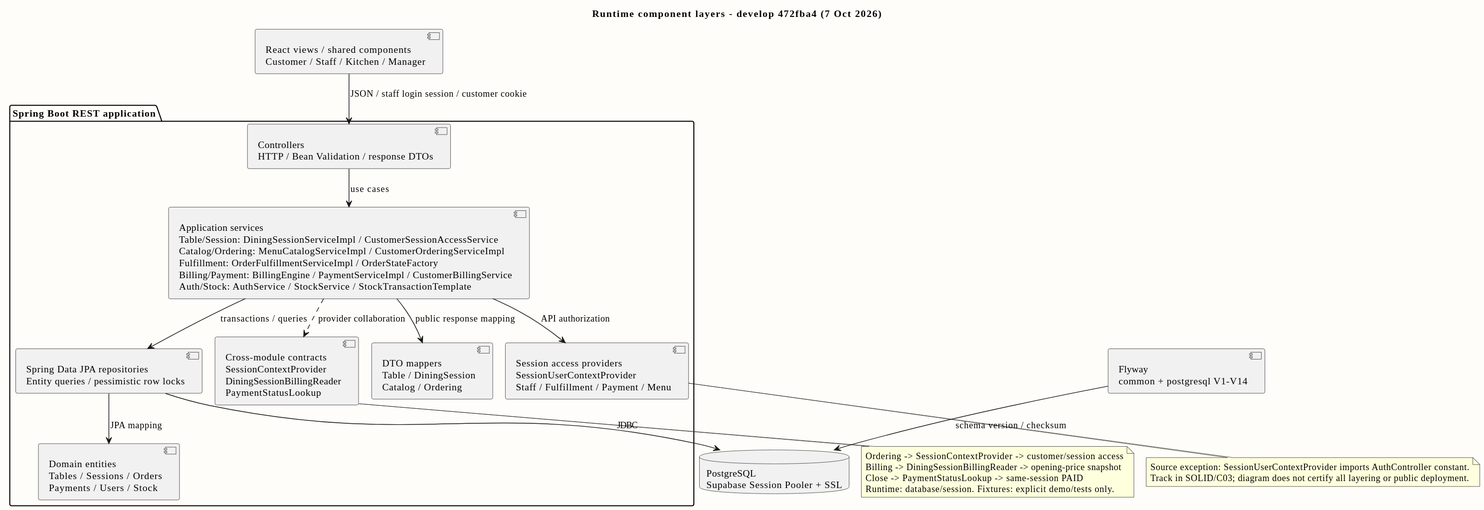
This is doc/diagrams/previews/component.svg from PavaritPramual/buffet-restaurant-management-system, a PlantUML export, as it was before one commit. Source of this version:
```plantuml
@startuml
!pragma layout smetana
skinparam shadowing false
skinparam backgroundColor #FFFDF9
skinparam defaultFontName Tahoma
title Runtime component layers - develop 472fba4 (7 Oct 2026)
top to bottom direction
component "React views / shared components\nCustomer / Staff / Kitchen / Manager" as Web
package "Spring Boot REST application" {
 component "Controllers\nHTTP / Bean Validation / response DTOs" as C
 component "Application services\nTable/Session: DiningSessionServiceImpl / CustomerSessionAccessService\nCatalog/Ordering: MenuCatalogServiceImpl / CustomerOrderingServiceImpl\nFulfillment: OrderFulfillmentServiceImpl / OrderStateFactory\nBilling/Payment: BillingEngine / PaymentServiceImpl / CustomerBillingService\nAuth/Stock: AuthService / StockService / StockTransactionTemplate" as S
 component "Cross-module contracts\nSessionContextProvider\nDiningSessionBillingReader\nPaymentStatusLookup" as Contracts
 component "Session access providers\nSessionUserContextProvider\nStaff / Fulfillment / Payment / Menu" as Auth
 component "DTO mappers\nTable / DiningSession\nCatalog / Ordering" as M
 component "Spring Data JPA repositories\nEntity queries / pessimistic row locks" as Repo
 component "Domain entities\nTables / Sessions / Orders\nPayments / Users / Stock" as E
}
database "PostgreSQL\nSupabase Session Pooler + SSL" as DB
component "Flyway\ncommon + postgresql V1-V14" as Fly
Web --> C : JSON / staff login session / customer cookie
C --> S : use cases
S --> Repo : transactions / queries
Repo --> DB : JDBC
Repo --> E : JPA mapping
S ..> Contracts : provider collaboration
S --> Auth : API authorization
S --> M : public response mapping
Fly --> DB : schema version / checksum
note bottom of Contracts
 Ordering -> SessionContextProvider -> customer/session access
 Billing -> DiningSessionBillingReader -> opening-price snapshot
 Close -> PaymentStatusLookup -> same-session PAID
 Runtime: database/session. Fixtures: explicit demo/tests only.
end note
note bottom of Auth
 Source exception: SessionUserContextProvider imports AuthController constant.
 Track in SOLID/C03; diagram does not certify all layering or public deployment.
end note
@enduml
```
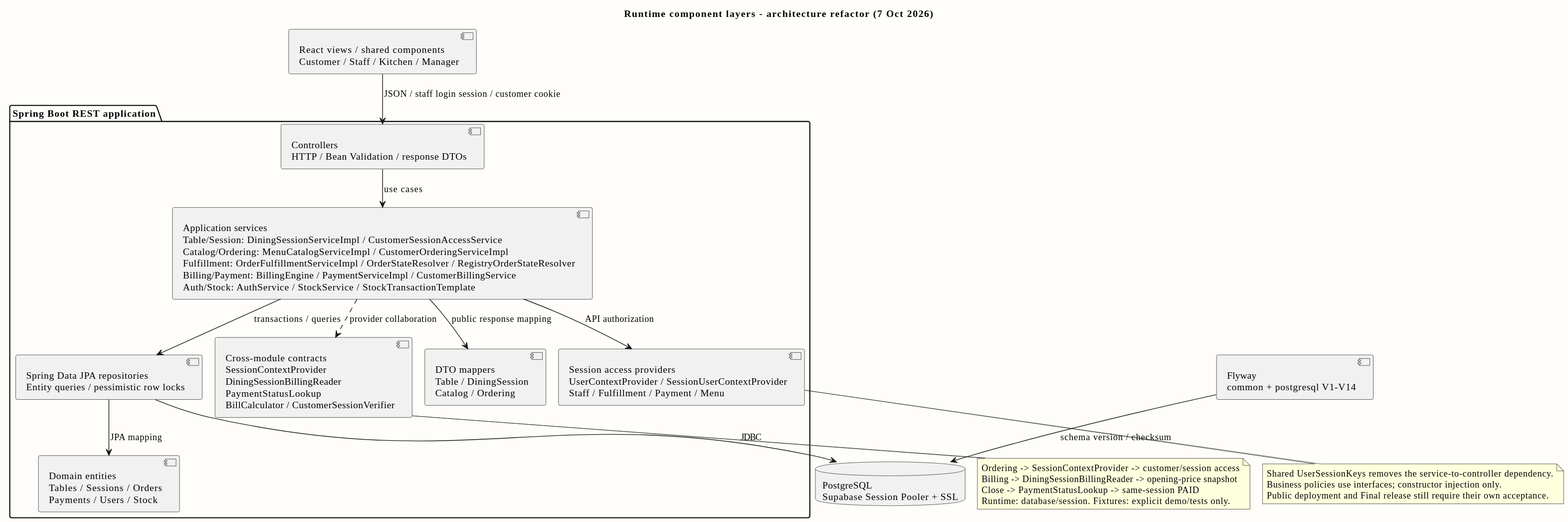
After the change.

Diff of the diagram source:
```diff
@@ -3,14 +3,14 @@
 skinparam shadowing false
 skinparam backgroundColor #FFFDF9
 skinparam defaultFontName Tahoma
-title Runtime component layers - develop 472fba4 (7 Oct 2026)
+title Runtime component layers - architecture refactor (7 Oct 2026)
 top to bottom direction
 component "React views / shared components\nCustomer / Staff / Kitchen / Manager" as Web
 package "Spring Boot REST application" {
  component "Controllers\nHTTP / Bean Validation / response DTOs" as C
- component "Application services\nTable/Session: DiningSessionServiceImpl / CustomerSessionAccessService\nCatalog/Ordering: MenuCatalogServiceImpl / CustomerOrderingServiceImpl\nFulfillment: OrderFulfillmentServiceImpl / OrderStateFactory\nBilling/Payment: BillingEngine / PaymentServiceImpl / CustomerBillingService\nAuth/Stock: AuthService / StockService / StockTransactionTemplate" as S
- component "Cross-module contracts\nSessionContextProvider\nDiningSessionBillingReader\nPaymentStatusLookup" as Contracts
- component "Session access providers\nSessionUserContextProvider\nStaff / Fulfillment / Payment / Menu" as Auth
+ component "Application services\nTable/Session: DiningSessionServiceImpl / CustomerSessionAccessService\nCatalog/Ordering: MenuCatalogServiceImpl / CustomerOrderingServiceImpl\nFulfillment: OrderFulfillmentServiceImpl / OrderStateResolver / RegistryOrderStateResolver\nBilling/Payment: BillingEngine / PaymentServiceImpl / CustomerBillingService\nAuth/Stock: AuthService / StockService / StockTransactionTemplate" as S
+ component "Cross-module contracts\nSessionContextProvider\nDiningSessionBillingReader\nPaymentStatusLookup\nBillCalculator / CustomerSessionVerifier" as Contracts
+ component "Session access providers\nUserContextProvider / SessionUserContextProvider\nStaff / Fulfillment / Payment / Menu" as Auth
  component "DTO mappers\nTable / DiningSession\nCatalog / Ordering" as M
  component "Spring Data JPA repositories\nEntity queries / pessimistic row locks" as Repo
  component "Domain entities\nTables / Sessions / Orders\nPayments / Users / Stock" as E
@@ -33,7 +33,8 @@
  Runtime: database/session. Fixtures: explicit demo/tests only.
 end note
 note bottom of Auth
- Source exception: SessionUserContextProvider imports AuthController constant.
- Track in SOLID/C03; diagram does not certify all layering or public deployment.
+ Shared UserSessionKeys removes the service-to-controller dependency.
+ Business policies use interfaces; constructor injection only.
+ Public deployment and Final release still require their own acceptance.
 end note
 @enduml
```
